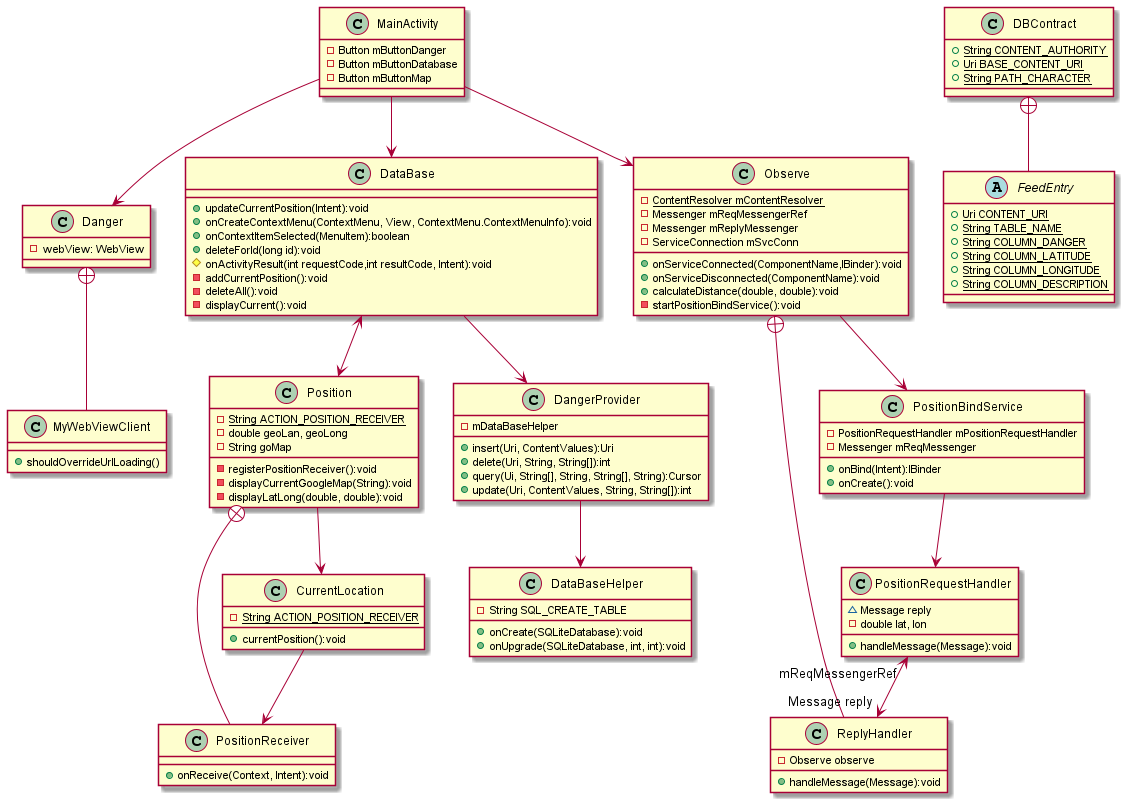
This is UML_diagram.png from AlexYach1973/Capstone, a PlantUML export, as it was before one commit.
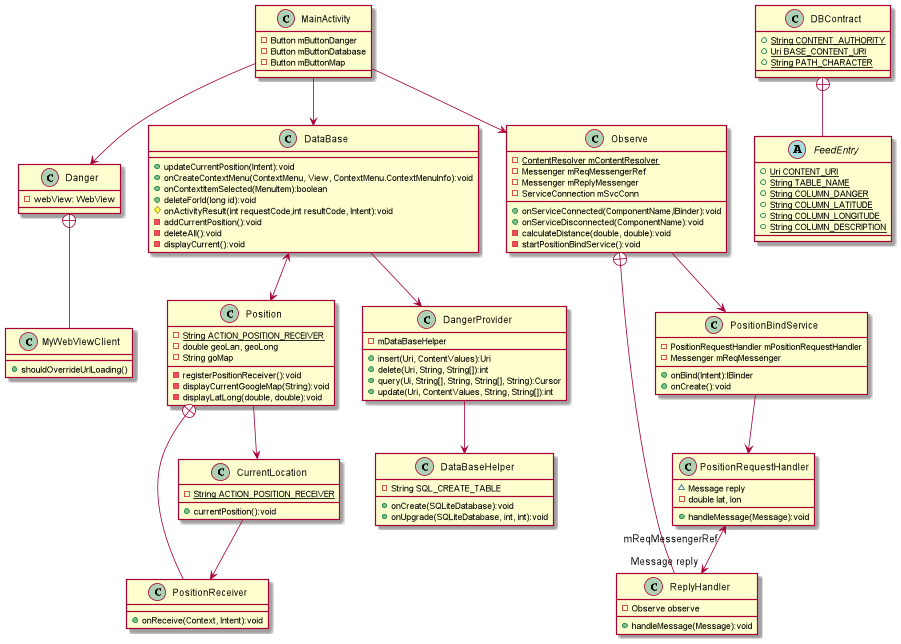
Later version of the same file.

Diff of the diagram source:
```diff
@@ -33,7 +33,7 @@
 - ServiceConnection mSvcConn
 + onServiceConnected(ComponentName,IBinder):void
 + onServiceDisconnected(ComponentName):void
-+ calculateDistance(double, double):void
+- calculateDistance(double, double):void
 - startPositionBindService():void
 }
 
```
